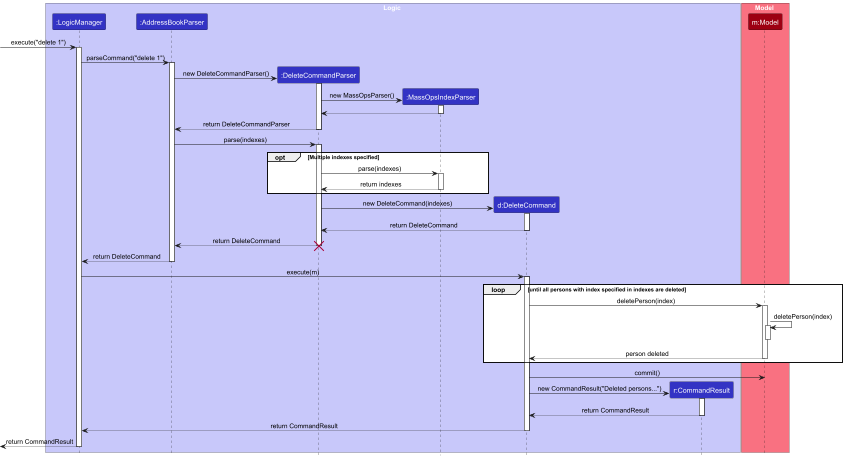
Earlier version of the PlantUML export docs/images/DeleteSequenceDiagram.png (carineang/tp).
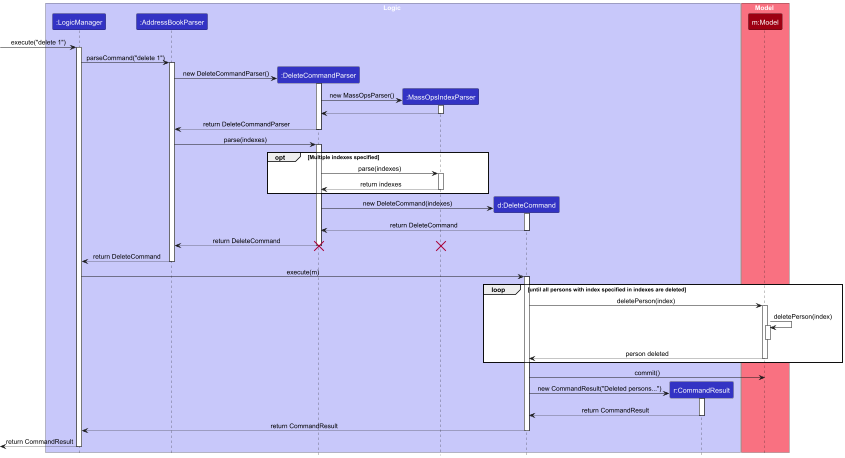
The same diagram one commit later.

Commit message:
Update delete seq diag image

Change to the diagram source:
```diff
@@ -57,7 +57,9 @@
 
 DeleteCommandParser --> AddressBookParser : return DeleteCommand
 deactivate DeleteCommandParser
+destroy MassOpsParser
 destroy DeleteCommandParser
+
 
 AddressBookParser --> LogicManager : return DeleteCommand
 deactivate AddressBookParser
```
